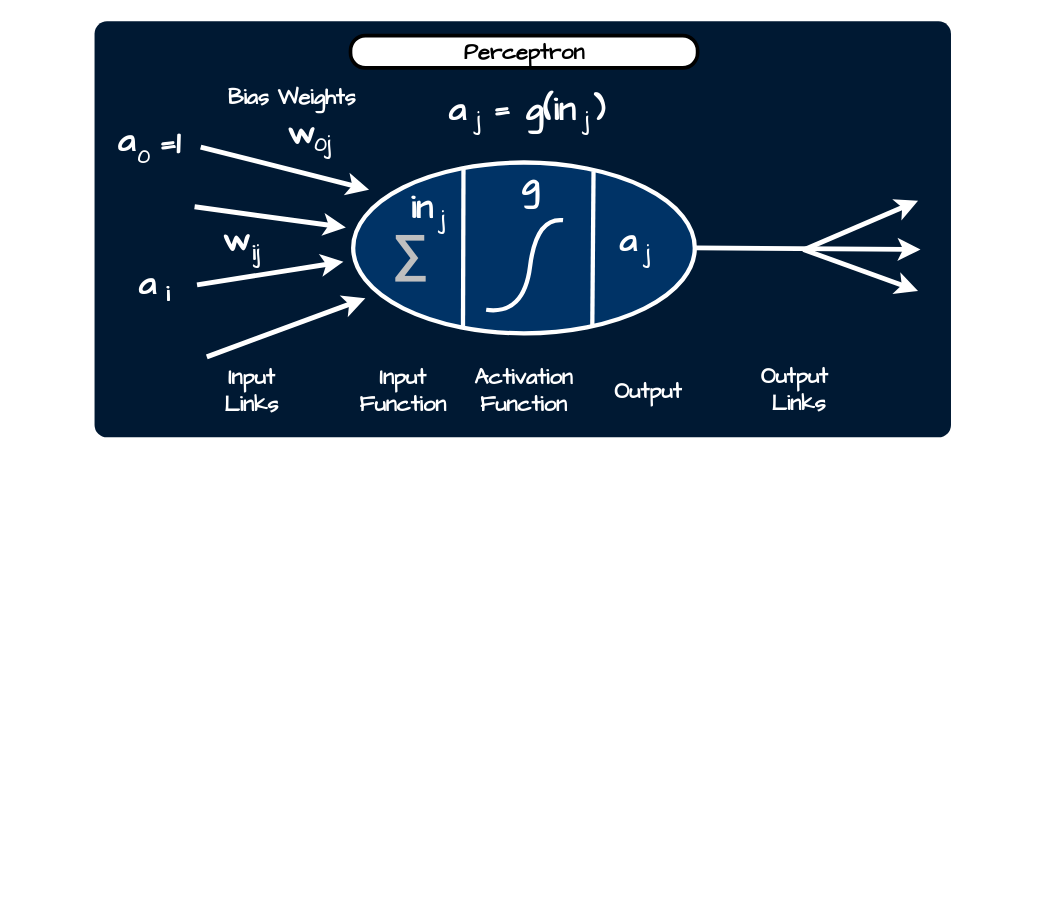
The draw.io diagram Computer Science/Fundamentals of Artificial Intelligence/Module 06 Artificial Neural Networks/resources/Drawings.drawio in ByteToBits/CompScience, before the edit. Source tidied: cells renumbered, new cells numbered last; positions are measured from the earlier drawing's top-left corner, leaving out a move shared by most shapes. Both pictures are drawn from the tidied source at 122%, with x=0, y=0 at pixel (28, 21).
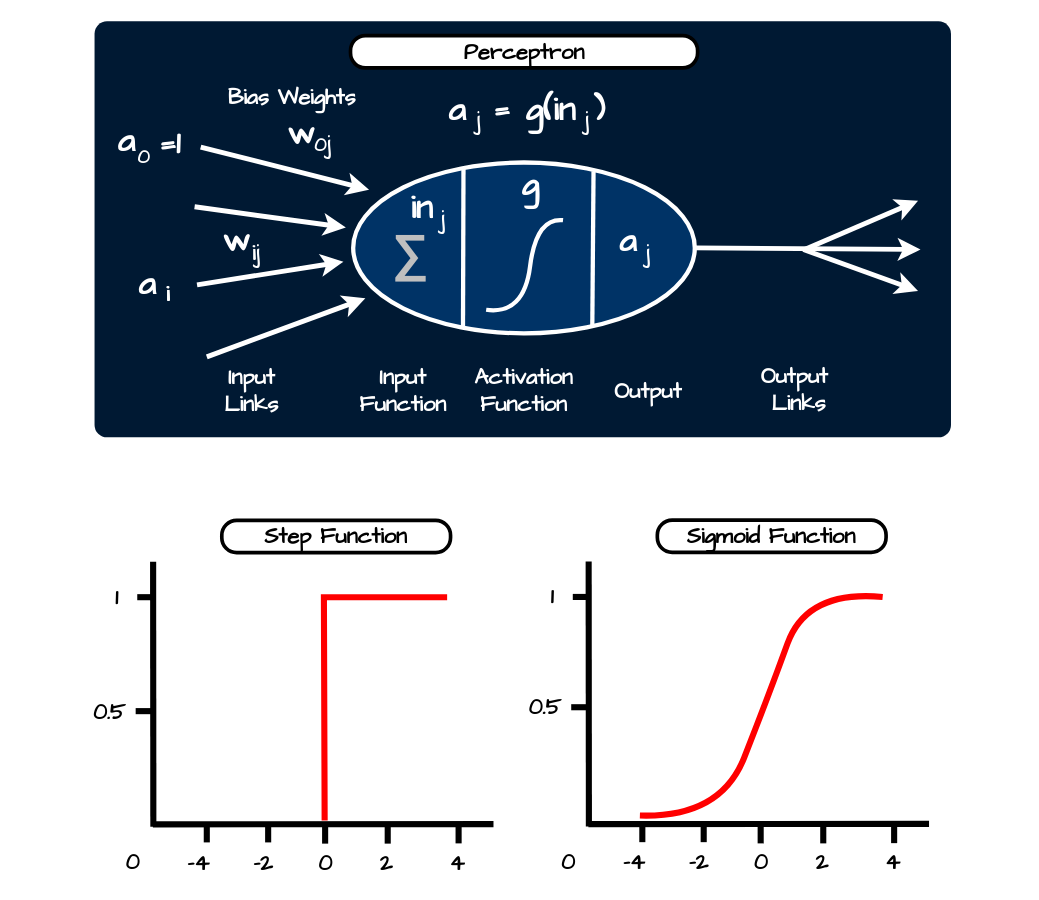
Above is the later version.

Commit message (it also covers changes not shown here):
Artificial Neural Network Notes Added

Diff of the diagram source:
```diff
@@
+    <mxCell id="45" value="&lt;div style=&quot;text-align: justify;&quot;&gt;&lt;br&gt;&lt;/div&gt;" style="rounded=1;whiteSpace=wrap;html=1;fillColor=none;strokeColor=none;fontColor=#FFFFFF;arcSize=7;fontSize=16;spacing=15;" parent="1" vertex="1">
+      <mxGeometry x="-6.6" y="399" width="46.6" height="300" as="geometry" />
+    </mxCell>
+    <mxCell id="46" style="endArrow=none;html=1;rounded=0;strokeWidth=5;strokeColor=#000000;endFill=0;" parent="1" edge="1">
+      <mxGeometry relative="1" as="geometry">
+        <mxPoint x="102.2" y="660.1" as="sourcePoint" />
+        <mxPoint x="102" y="443" as="targetPoint" />
+      </mxGeometry>
+    </mxCell>
+    <mxCell id="47" style="endArrow=none;html=1;rounded=0;strokeWidth=5;strokeColor=#000000;endFill=0;" parent="1" edge="1">
+      <mxGeometry relative="1" as="geometry">
+        <mxPoint x="101.8" y="658.2" as="sourcePoint" />
+        <mxPoint x="381" y="658" as="targetPoint" />
+      </mxGeometry>
+    </mxCell>
+    <mxCell id="48" value="&lt;font face=&quot;Comic Sans MS&quot;&gt;&lt;span&gt;&lt;b&gt;0&lt;/b&gt;&lt;/span&gt;&lt;/font&gt;" style="rounded=1;whiteSpace=wrap;html=1;fillColor=none;strokeColor=none;fontColor=#000000;arcSize=18;fontSize=18;" parent="1" vertex="1">
+      <mxGeometry x="67.2" y="674.8" width="37.3" height="29" as="geometry" />
+    </mxCell>
+    <mxCell id="49" value="&lt;font face=&quot;Comic Sans MS&quot;&gt;&lt;span&gt;&lt;b&gt;-4&lt;/b&gt;&lt;/span&gt;&lt;/font&gt;" style="rounded=1;whiteSpace=wrap;html=1;fillColor=none;strokeColor=none;fontColor=#000000;arcSize=18;fontSize=18;" parent="1" vertex="1">
+      <mxGeometry x="120.9" y="675" width="37.3" height="29" as="geometry" />
+    </mxCell>
+    <mxCell id="50" value="&lt;font face=&quot;Comic Sans MS&quot;&gt;&lt;span&gt;&lt;b&gt;-2&lt;/b&gt;&lt;/span&gt;&lt;/font&gt;" style="rounded=1;whiteSpace=wrap;html=1;fillColor=none;strokeColor=none;fontColor=#000000;arcSize=18;fontSize=18;" parent="1" vertex="1">
+      <mxGeometry x="173.7" y="675" width="37.3" height="29" as="geometry" />
+    </mxCell>
+    <mxCell id="51" value="&lt;font face=&quot;Comic Sans MS&quot;&gt;&lt;span&gt;&lt;b&gt;0&lt;/b&gt;&lt;/span&gt;&lt;/font&gt;" style="rounded=1;whiteSpace=wrap;html=1;fillColor=none;strokeColor=none;fontColor=#000000;arcSize=18;fontSize=18;" parent="1" vertex="1">
+      <mxGeometry x="224.8" y="675" width="37.3" height="29" as="geometry" />
+    </mxCell>
+    <mxCell id="52" value="&lt;font face=&quot;Comic Sans MS&quot;&gt;&lt;span&gt;&lt;b&gt;2&lt;/b&gt;&lt;/span&gt;&lt;/font&gt;" style="rounded=1;whiteSpace=wrap;html=1;fillColor=none;strokeColor=none;fontColor=#000000;arcSize=18;fontSize=18;" parent="1" vertex="1">
+      <mxGeometry x="275.3" y="675" width="37.3" height="29" as="geometry" />
+    </mxCell>
+    <mxCell id="53" value="&lt;font face=&quot;Comic Sans MS&quot;&gt;&lt;span&gt;&lt;b&gt;4&lt;/b&gt;&lt;/span&gt;&lt;/font&gt;" style="rounded=1;whiteSpace=wrap;html=1;fillColor=none;strokeColor=none;fontColor=#000000;arcSize=18;fontSize=18;" parent="1" vertex="1">
+      <mxGeometry x="333" y="675" width="37.3" height="29" as="geometry" />
+    </mxCell>
+    <mxCell id="54" value="&lt;font face=&quot;Comic Sans MS&quot;&gt;&lt;span&gt;&lt;b&gt;0.5&lt;/b&gt;&lt;/span&gt;&lt;/font&gt;" style="rounded=1;whiteSpace=wrap;html=1;fillColor=none;strokeColor=none;fontColor=#000000;arcSize=18;fontSize=18;" parent="1" vertex="1">
+      <mxGeometry x="48" y="551" width="37.3" height="29" as="geometry" />
+    </mxCell>
+    <mxCell id="55" value="&lt;font style=&quot;font-size: 19px;&quot; face=&quot;Comic Sans MS&quot;&gt;&lt;span&gt;&lt;b&gt;1&lt;/b&gt;&lt;/span&gt;&lt;/font&gt;" style="rounded=1;whiteSpace=wrap;html=1;fillColor=none;strokeColor=none;fontColor=#000000;arcSize=18;fontSize=18;" parent="1" vertex="1">
+      <mxGeometry x="54" y="458" width="37.3" height="29" as="geometry" />
+    </mxCell>
+    <mxCell id="56" style="endArrow=none;html=1;rounded=0;strokeWidth=5;strokeColor=#000000;endFill=0;" parent="1" edge="1">
+      <mxGeometry relative="1" as="geometry">
+        <mxPoint x="103" y="472" as="sourcePoint" />
+        <mxPoint x="89" y="472" as="targetPoint" />
+      </mxGeometry>
+    </mxCell>
+    <mxCell id="57" style="endArrow=none;html=1;rounded=0;strokeWidth=5;strokeColor=#000000;endFill=0;" parent="1" edge="1">
+      <mxGeometry relative="1" as="geometry">
+        <mxPoint x="101.7" y="565.4" as="sourcePoint" />
+        <mxPoint x="87.7" y="565.4" as="targetPoint" />
+      </mxGeometry>
+    </mxCell>
+    <mxCell id="58" style="endArrow=none;html=1;rounded=0;strokeWidth=5;strokeColor=#000000;endFill=0;" parent="1" edge="1">
+      <mxGeometry relative="1" as="geometry">
+        <mxPoint x="146" y="673" as="sourcePoint" />
+        <mxPoint x="146" y="659" as="targetPoint" />
+      </mxGeometry>
+    </mxCell>
+    <mxCell id="59" style="endArrow=none;html=1;rounded=0;strokeWidth=5;strokeColor=#000000;endFill=0;" parent="1" edge="1">
+      <mxGeometry relative="1" as="geometry">
+        <mxPoint x="196.3" y="673" as="sourcePoint" />
+        <mxPoint x="196.3" y="659" as="targetPoint" />
+      </mxGeometry>
+    </mxCell>
+    <mxCell id="60" style="endArrow=none;html=1;rounded=0;strokeWidth=5;strokeColor=#000000;endFill=0;" parent="1" edge="1">
+      <mxGeometry relative="1" as="geometry">
+        <mxPoint x="243" y="674" as="sourcePoint" />
+        <mxPoint x="243" y="660" as="targetPoint" />
+      </mxGeometry>
+    </mxCell>
+    <mxCell id="61" style="endArrow=none;html=1;rounded=0;strokeWidth=5;strokeColor=#000000;endFill=0;" parent="1" edge="1">
+      <mxGeometry relative="1" as="geometry">
+        <mxPoint x="294.3" y="674" as="sourcePoint" />
+        <mxPoint x="294.3" y="660" as="targetPoint" />
+      </mxGeometry>
+    </mxCell>
+    <mxCell id="62" style="endArrow=none;html=1;rounded=0;strokeWidth=5;strokeColor=#000000;endFill=0;" parent="1" edge="1">
+      <mxGeometry relative="1" as="geometry">
+        <mxPoint x="352.4" y="673.8" as="sourcePoint" />
+        <mxPoint x="352.4" y="659.8" as="targetPoint" />
+      </mxGeometry>
+    </mxCell>
+    <mxCell id="63" value="&lt;div style=&quot;line-height: 19px; white-space: pre;&quot;&gt;&lt;b style=&quot;font-family: &amp;quot;Comic Sans MS&amp;quot;; font-size: 18px; white-space: normal;&quot;&gt;Step Function&lt;/b&gt;&lt;br&gt;&lt;/div&gt;" style="rounded=1;whiteSpace=wrap;html=1;arcSize=46;fontSize=17;strokeWidth=3;" parent="1" vertex="1">
+      <mxGeometry x="158.3" y="409" width="187.5" height="26.5" as="geometry" />
+    </mxCell>
+    <mxCell id="64" style="endArrow=none;html=1;rounded=0;strokeWidth=5;strokeColor=#FF0000;endFill=0;" parent="1" edge="1">
+      <mxGeometry relative="1" as="geometry">
+        <mxPoint x="242.6" y="655.1" as="sourcePoint" />
+        <mxPoint x="343" y="472" as="targetPoint" />
+        <Array as="points">
+          <mxPoint x="242" y="472" />
+        </Array>
+      </mxGeometry>
+    </mxCell>
+    <mxCell id="65" style="endArrow=none;html=1;rounded=0;strokeWidth=5;strokeColor=#000000;endFill=0;" parent="1" edge="1">
+      <mxGeometry relative="1" as="geometry">
+        <mxPoint x="459.2" y="659.9" as="sourcePoint" />
+        <mxPoint x="459" y="442.8" as="targetPoint" />
+      </mxGeometry>
+    </mxCell>
+    <mxCell id="66" style="endArrow=none;html=1;rounded=0;strokeWidth=5;strokeColor=#000000;endFill=0;" parent="1" edge="1">
+      <mxGeometry relative="1" as="geometry">
+        <mxPoint x="458.8" y="658" as="sourcePoint" />
+        <mxPoint x="738" y="657.8" as="targetPoint" />
+      </mxGeometry>
+    </mxCell>
+    <mxCell id="67" value="&lt;font face=&quot;Comic Sans MS&quot;&gt;&lt;span&gt;&lt;b&gt;0&lt;/b&gt;&lt;/span&gt;&lt;/font&gt;" style="rounded=1;whiteSpace=wrap;html=1;fillColor=none;strokeColor=none;fontColor=#000000;arcSize=18;fontSize=18;" parent="1" vertex="1">
+      <mxGeometry x="424.2" y="674.6" width="37.3" height="29" as="geometry" />
+    </mxCell>
+    <mxCell id="68" value="&lt;font face=&quot;Comic Sans MS&quot;&gt;&lt;span&gt;&lt;b&gt;-4&lt;/b&gt;&lt;/span&gt;&lt;/font&gt;" style="rounded=1;whiteSpace=wrap;html=1;fillColor=none;strokeColor=none;fontColor=#000000;arcSize=18;fontSize=18;" parent="1" vertex="1">
+      <mxGeometry x="477.9" y="674.8" width="37.3" height="29" as="geometry" />
+    </mxCell>
+    <mxCell id="69" value="&lt;font face=&quot;Comic Sans MS&quot;&gt;&lt;span&gt;&lt;b&gt;-2&lt;/b&gt;&lt;/span&gt;&lt;/font&gt;" style="rounded=1;whiteSpace=wrap;html=1;fillColor=none;strokeColor=none;fontColor=#000000;arcSize=18;fontSize=18;" parent="1" vertex="1">
+      <mxGeometry x="530.7" y="674.8" width="37.3" height="29" as="geometry" />
+    </mxCell>
+    <mxCell id="70" value="&lt;font face=&quot;Comic Sans MS&quot;&gt;&lt;span&gt;&lt;b&gt;0&lt;/b&gt;&lt;/span&gt;&lt;/font&gt;" style="rounded=1;whiteSpace=wrap;html=1;fillColor=none;strokeColor=none;fontColor=#000000;arcSize=18;fontSize=18;" parent="1" vertex="1">
+      <mxGeometry x="581.8" y="674.8" width="37.3" height="29" as="geometry" />
+    </mxCell>
+    <mxCell id="71" value="&lt;font face=&quot;Comic Sans MS&quot;&gt;&lt;span&gt;&lt;b&gt;2&lt;/b&gt;&lt;/span&gt;&lt;/font&gt;" style="rounded=1;whiteSpace=wrap;html=1;fillColor=none;strokeColor=none;fontColor=#000000;arcSize=18;fontSize=18;" parent="1" vertex="1">
+      <mxGeometry x="632.3" y="674.8" width="37.3" height="29" as="geometry" />
+    </mxCell>
+    <mxCell id="72" value="&lt;font face=&quot;Comic Sans MS&quot;&gt;&lt;span&gt;&lt;b&gt;4&lt;/b&gt;&lt;/span&gt;&lt;/font&gt;" style="rounded=1;whiteSpace=wrap;html=1;fillColor=none;strokeColor=none;fontColor=#000000;arcSize=18;fontSize=18;" parent="1" vertex="1">
+      <mxGeometry x="690" y="674.8" width="37.3" height="29" as="geometry" />
+    </mxCell>
+    <mxCell id="73" value="&lt;font face=&quot;Comic Sans MS&quot;&gt;&lt;span&gt;&lt;b&gt;0.5&lt;/b&gt;&lt;/span&gt;&lt;/font&gt;" style="rounded=1;whiteSpace=wrap;html=1;fillColor=none;strokeColor=none;fontColor=#000000;arcSize=18;fontSize=18;" parent="1" vertex="1">
+      <mxGeometry x="405" y="547.8" width="37.3" height="29" as="geometry" />
+    </mxCell>
+    <mxCell id="74" value="&lt;font style=&quot;font-size: 19px;&quot; face=&quot;Comic Sans MS&quot;&gt;&lt;span&gt;&lt;b&gt;1&lt;/b&gt;&lt;/span&gt;&lt;/font&gt;" style="rounded=1;whiteSpace=wrap;html=1;fillColor=none;strokeColor=none;fontColor=#000000;arcSize=18;fontSize=18;" parent="1" vertex="1">
+      <mxGeometry x="411" y="457.8" width="37.3" height="29" as="geometry" />
+    </mxCell>
+    <mxCell id="75" style="endArrow=none;html=1;rounded=0;strokeWidth=5;strokeColor=#000000;endFill=0;" parent="1" edge="1">
+      <mxGeometry relative="1" as="geometry">
+        <mxPoint x="460" y="471.8" as="sourcePoint" />
+        <mxPoint x="446" y="471.8" as="targetPoint" />
+      </mxGeometry>
+    </mxCell>
+    <mxCell id="76" style="endArrow=none;html=1;rounded=0;strokeWidth=5;strokeColor=#000000;endFill=0;" parent="1" edge="1">
+      <mxGeometry relative="1" as="geometry">
+        <mxPoint x="458.7" y="562.2" as="sourcePoint" />
+        <mxPoint x="444.7" y="562.2" as="targetPoint" />
+      </mxGeometry>
+    </mxCell>
+    <mxCell id="77" style="endArrow=none;html=1;rounded=0;strokeWidth=5;strokeColor=#000000;endFill=0;" parent="1" edge="1">
+      <mxGeometry relative="1" as="geometry">
+        <mxPoint x="503" y="672.8" as="sourcePoint" />
+        <mxPoint x="503" y="658.8" as="targetPoint" />
+      </mxGeometry>
+    </mxCell>
+    <mxCell id="78" style="endArrow=none;html=1;rounded=0;strokeWidth=5;strokeColor=#000000;endFill=0;" parent="1" edge="1">
+      <mxGeometry relative="1" as="geometry">
+        <mxPoint x="553.3" y="672.8" as="sourcePoint" />
+        <mxPoint x="553.3" y="658.8" as="targetPoint" />
+      </mxGeometry>
+    </mxCell>
+    <mxCell id="79" style="endArrow=none;html=1;rounded=0;strokeWidth=5;strokeColor=#000000;endFill=0;" parent="1" edge="1">
+      <mxGeometry relative="1" as="geometry">
+        <mxPoint x="600" y="673.8" as="sourcePoint" />
+        <mxPoint x="600" y="659.8" as="targetPoint" />
+      </mxGeometry>
+    </mxCell>
+    <mxCell id="80" style="endArrow=none;html=1;rounded=0;strokeWidth=5;strokeColor=#000000;endFill=0;" parent="1" edge="1">
+      <mxGeometry relative="1" as="geometry">
+        <mxPoint x="651.3" y="673.8" as="sourcePoint" />
+        <mxPoint x="651.3" y="659.8" as="targetPoint" />
+      </mxGeometry>
+    </mxCell>
+    <mxCell id="81" style="endArrow=none;html=1;rounded=0;strokeWidth=5;strokeColor=#000000;endFill=0;" parent="1" edge="1">
+      <mxGeometry relative="1" as="geometry">
+        <mxPoint x="709.4" y="673.6" as="sourcePoint" />
+        <mxPoint x="709.4" y="659.6" as="targetPoint" />
+      </mxGeometry>
+    </mxCell>
+    <mxCell id="82" value="&lt;div style=&quot;line-height: 19px; white-space: pre;&quot;&gt;&lt;b style=&quot;font-family: &amp;quot;Comic Sans MS&amp;quot;; font-size: 18px; white-space: normal;&quot;&gt;Sigmoid Function&lt;/b&gt;&lt;br&gt;&lt;/div&gt;" style="rounded=1;whiteSpace=wrap;html=1;arcSize=46;fontSize=17;strokeWidth=3;" parent="1" vertex="1">
+      <mxGeometry x="515.3" y="408.8" width="187.5" height="26.5" as="geometry" />
+    </mxCell>
+    <mxCell id="83" style="endArrow=none;html=1;rounded=0;strokeWidth=5;strokeColor=#FF0000;endFill=0;curved=1;" parent="1" edge="1">
+      <mxGeometry relative="1" as="geometry">
+        <mxPoint x="501" y="651" as="sourcePoint" />
+        <mxPoint x="700" y="471.8" as="targetPoint" />
+        <Array as="points">
+          <mxPoint x="567" y="653" />
+          <mxPoint x="606" y="554" />
+          <mxPoint x="638" y="466" />
+        </Array>
+      </mxGeometry>
+    </mxCell>
+    <mxCell id="84" value="&lt;div style=&quot;text-align: justify;&quot;&gt;&lt;br&gt;&lt;/div&gt;" style="rounded=1;whiteSpace=wrap;html=1;fillColor=none;strokeColor=none;fontColor=#FFFFFF;arcSize=7;fontSize=16;spacing=15;" parent="1" vertex="1">
+      <mxGeometry x="756" y="399" width="46.6" height="300" as="geometry" />
+    </mxCell>
```
